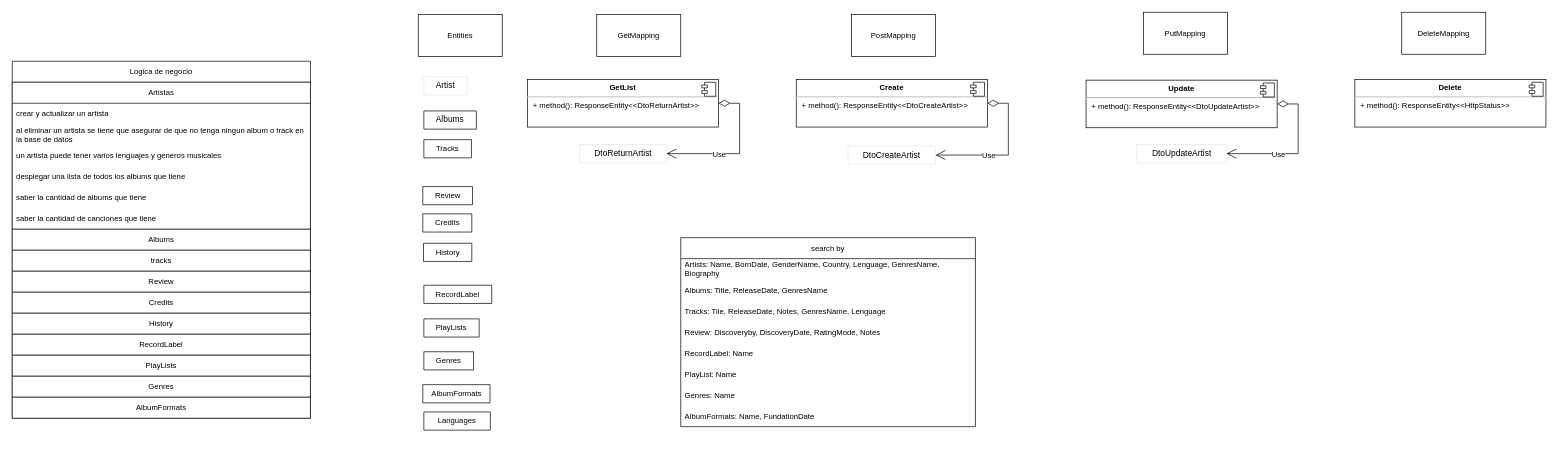
The draw.io diagram page "planificando restful api" (4 of 4) of digrams.drawio in GutengMorgen/ShzTy, before the edit. Source tidied: cells renumbered, new cells numbered last; positions are measured from the earlier drawing's top-left corner, leaving out a move shared by most shapes. Both pictures are drawn from the tidied source at 70%, with x=0, y=0 at pixel (12, 12).
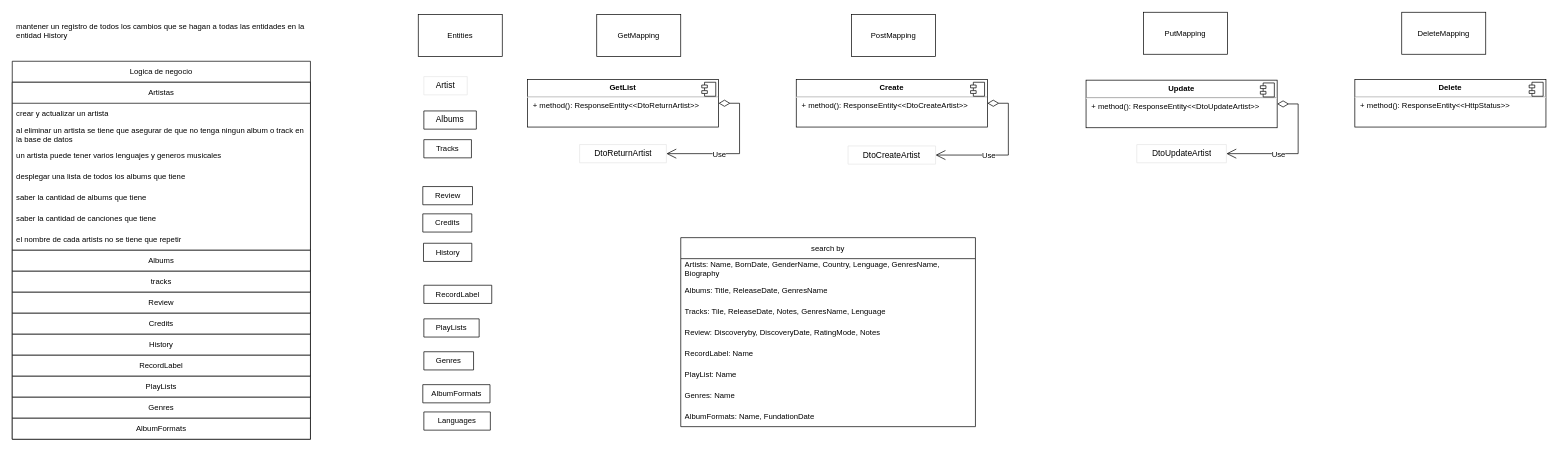
After the change.

What changed in the source:
```diff
@@
     <mxCell id="34" value="Logica de negocio" style="swimlane;fontStyle=0;horizontal=1;startSize=30;whiteSpace=wrap;html=1;strokeColor=default;fontFamily=Helvetica;fontSize=11;fontColor=default;fillColor=default;" parent="1" vertex="1">
-      <mxGeometry y="70" width="426" height="510" as="geometry" />
+      <mxGeometry y="70" width="426" height="540" as="geometry" />
     </mxCell>
     <mxCell id="35" value="Artistas" style="swimlane;fontStyle=0;horizontal=1;startSize=30;whiteSpace=wrap;html=1;fontFamily=Helvetica;fontSize=11;fontColor=default;swimlaneFillColor=default;" parent="34" vertex="1">
-      <mxGeometry y="30" width="426" height="210" as="geometry" />
+      <mxGeometry y="30" width="426" height="240" as="geometry" />
     </mxCell>
@@
+    <mxCell id="61" value="el nombre de cada artists no se tiene que repetir" style="text;strokeColor=none;fillColor=none;align=left;verticalAlign=middle;spacingLeft=4;spacingRight=4;overflow=hidden;whiteSpace=wrap;html=1;fontSize=11;fontFamily=Helvetica;fontColor=default;" parent="35" vertex="1">
+      <mxGeometry y="210" width="426" height="30" as="geometry" />
+    </mxCell>
     <mxCell id="42" value="Albums" style="swimlane;fontStyle=0;horizontal=1;startSize=30;whiteSpace=wrap;html=1;fontFamily=Helvetica;fontSize=11;fontColor=default;swimlaneFillColor=default;" parent="34" vertex="1" collapsed="1">
-      <mxGeometry y="240" width="426" height="30" as="geometry" />
+      <mxGeometry y="270" width="426" height="30" as="geometry" />
     </mxCell>
     <mxCell id="43" value="tracks" style="swimlane;fontStyle=0;horizontal=1;startSize=30;whiteSpace=wrap;html=1;fontFamily=Helvetica;fontSize=11;fontColor=default;swimlaneFillColor=default;" parent="34" vertex="1" collapsed="1">
-      <mxGeometry y="270" width="426" height="30" as="geometry" />
+      <mxGeometry y="300" width="426" height="30" as="geometry" />
     </mxCell>
     <mxCell id="44" value="Review" style="swimlane;fontStyle=0;horizontal=1;startSize=30;whiteSpace=wrap;html=1;fontFamily=Helvetica;fontSize=11;fontColor=default;swimlaneFillColor=default;" parent="34" vertex="1" collapsed="1">
-      <mxGeometry y="300" width="426" height="30" as="geometry" />
+      <mxGeometry y="330" width="426" height="30" as="geometry" />
     </mxCell>
     <mxCell id="45" value="Credits" style="swimlane;fontStyle=0;horizontal=1;startSize=30;whiteSpace=wrap;html=1;fontFamily=Helvetica;fontSize=11;fontColor=default;swimlaneFillColor=default;" parent="34" vertex="1" collapsed="1">
-      <mxGeometry y="330" width="426" height="30" as="geometry" />
+      <mxGeometry y="360" width="426" height="30" as="geometry" />
     </mxCell>
     <mxCell id="46" value="History" style="swimlane;fontStyle=0;horizontal=1;startSize=30;whiteSpace=wrap;html=1;fontFamily=Helvetica;fontSize=11;fontColor=default;swimlaneFillColor=default;" parent="34" vertex="1" collapsed="1">
-      <mxGeometry y="360" width="426" height="30" as="geometry" />
+      <mxGeometry y="390" width="426" height="30" as="geometry" />
     </mxCell>
     <mxCell id="47" value="RecordLabel" style="swimlane;fontStyle=0;horizontal=1;startSize=30;whiteSpace=wrap;html=1;fontFamily=Helvetica;fontSize=11;fontColor=default;" parent="34" vertex="1" collapsed="1">
-      <mxGeometry y="390" width="426" height="30" as="geometry" />
+      <mxGeometry y="420" width="426" height="30" as="geometry" />
     </mxCell>
     <mxCell id="48" value="PlayLists" style="swimlane;fontStyle=0;horizontal=1;startSize=30;whiteSpace=wrap;html=1;fontFamily=Helvetica;fontSize=11;fontColor=default;" parent="34" vertex="1" collapsed="1">
-      <mxGeometry y="420" width="426" height="30" as="geometry" />
+      <mxGeometry y="450" width="426" height="30" as="geometry" />
     </mxCell>
     <mxCell id="49" value="Genres" style="swimlane;fontStyle=0;horizontal=1;startSize=30;whiteSpace=wrap;html=1;fontFamily=Helvetica;fontSize=11;fontColor=default;" parent="34" vertex="1" collapsed="1">
-      <mxGeometry y="450" width="426" height="30" as="geometry" />
+      <mxGeometry y="480" width="426" height="30" as="geometry" />
     </mxCell>
     <mxCell id="50" value="AlbumFormats" style="swimlane;fontStyle=0;horizontal=1;startSize=30;whiteSpace=wrap;html=1;fontFamily=Helvetica;fontSize=11;fontColor=default;" parent="34" vertex="1" collapsed="1">
-      <mxGeometry y="480" width="426" height="30" as="geometry" />
+      <mxGeometry y="510" width="426" height="30" as="geometry" />
     </mxCell>
@@
+    <mxCell id="62" value="mantener un registro de todos los cambios que se hagan a todas las entidades en la entidad History" style="text;strokeColor=none;fillColor=none;align=left;verticalAlign=middle;spacingLeft=4;spacingRight=4;overflow=hidden;whiteSpace=wrap;html=1;fontSize=11;fontFamily=Helvetica;fontColor=default;" parent="1" vertex="1">
+      <mxGeometry y="11" width="426" height="30" as="geometry" />
+    </mxCell>
```
